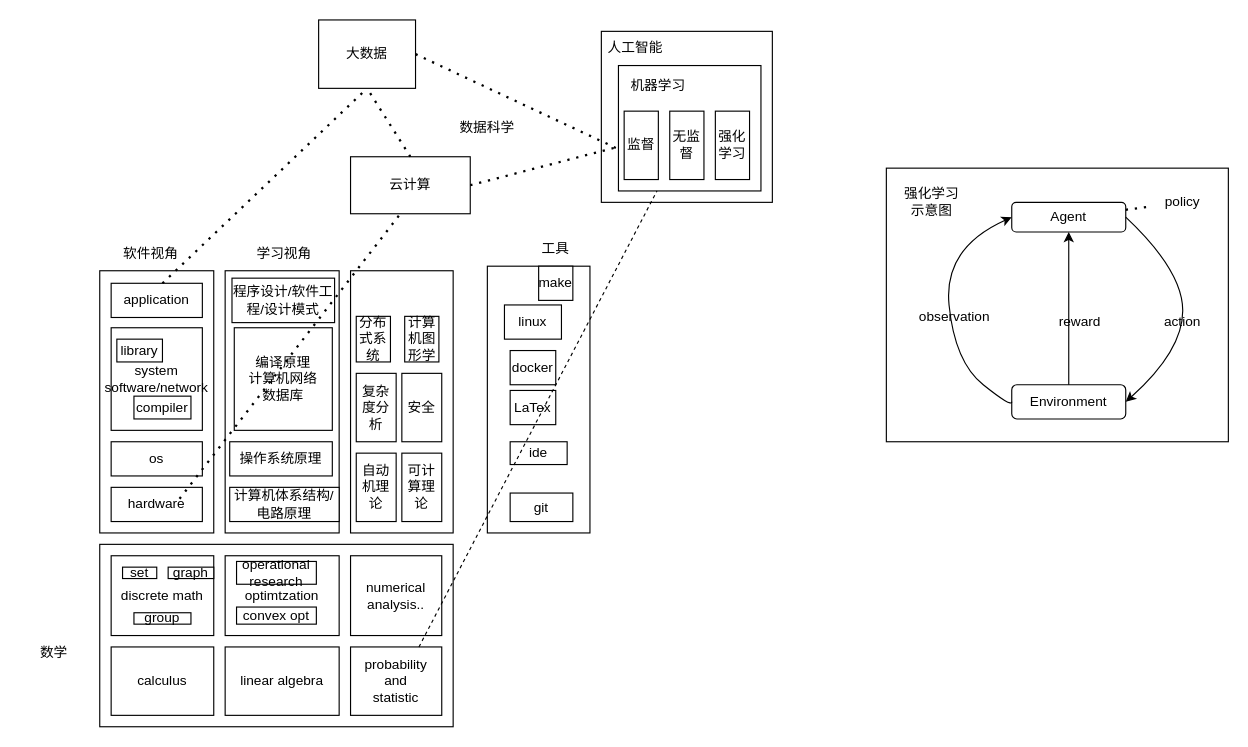
The draw.io diagram frame.drawio in ksd11/charts, before the edit. Source tidied: cells renumbered, new cells numbered last; positions are measured from the earlier drawing's top-left corner, leaving out a move shared by most shapes. Both pictures are drawn from the tidied source at 114%, with x=0, y=0 at pixel (19, 19).
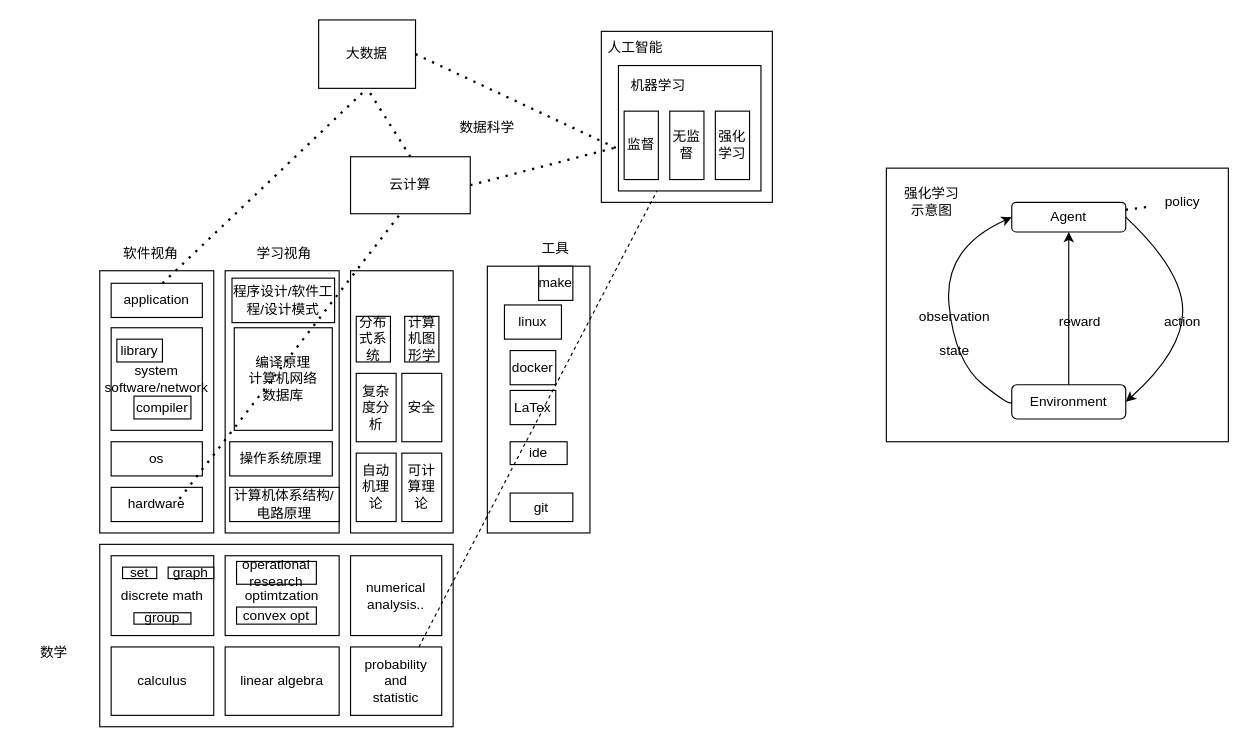
Above is the later version.

The edit, as a diff of the source:
```diff
@@
+    <mxCell id="72" value="state" style="text;html=1;strokeColor=none;fillColor=none;align=center;verticalAlign=middle;whiteSpace=wrap;rounded=0;" parent="1" vertex="1">
+      <mxGeometry x="790" y="275" width="60" height="30" as="geometry" />
+    </mxCell>
```
